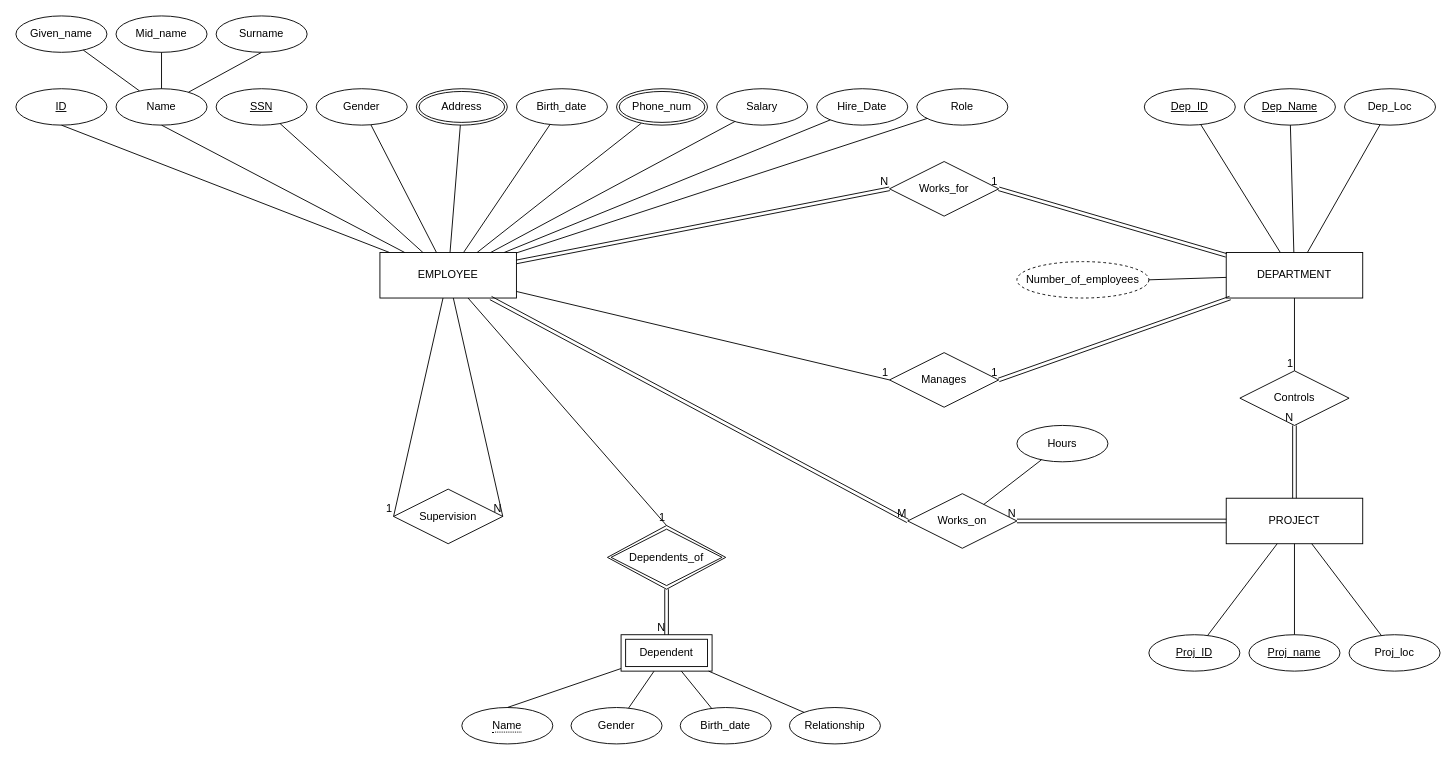
anand-byamba/database-project keeps this draw.io diagram as docs/project.drawio. Above is the earlier version. Source tidied: cells renumbered, new cells numbered last; positions are measured from the earlier drawing's top-left corner, leaving out a move shared by most shapes. Both pictures are drawn from the tidied source at 91%, with x=0, y=0 at pixel (15, 15).
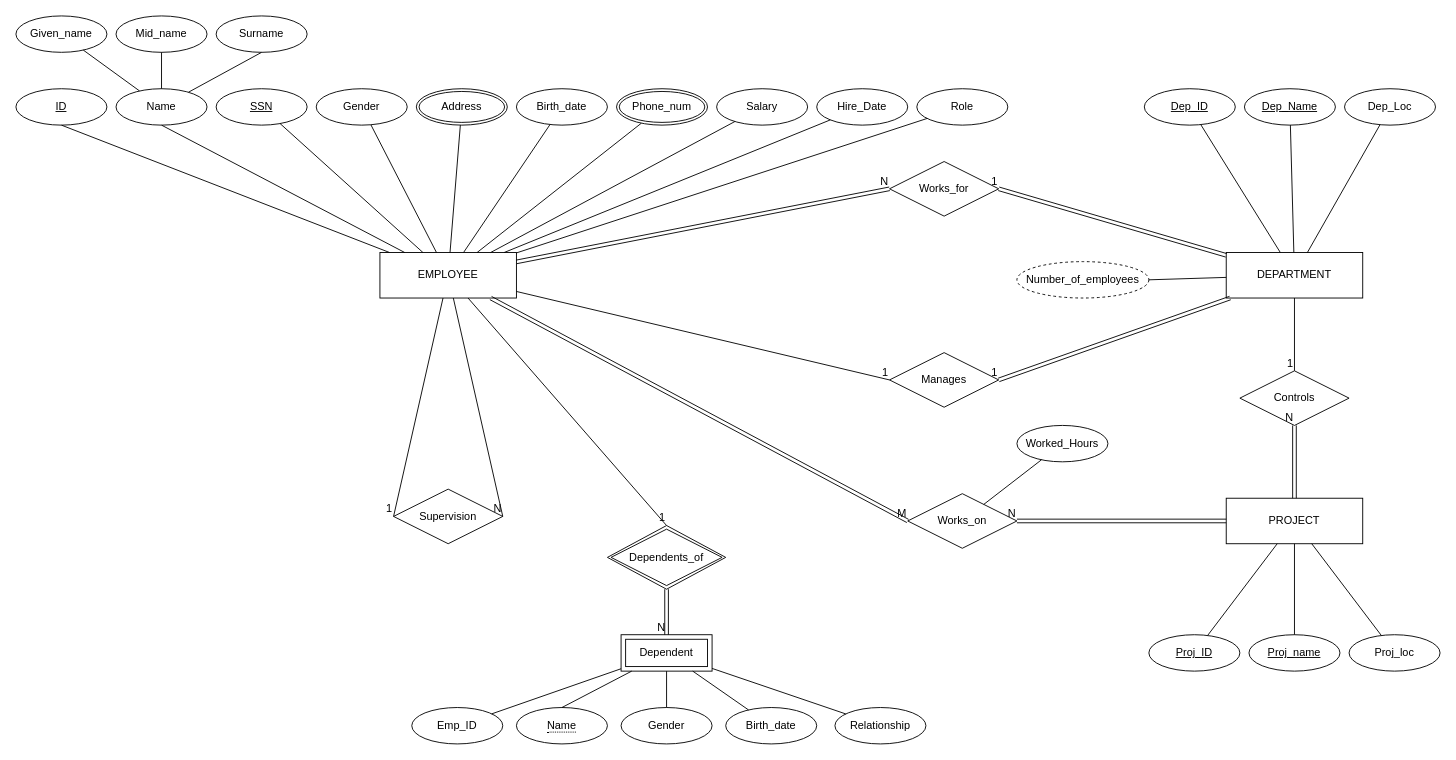
The same page after the edit.

Unchanged cells that the change refers to:
```xml
<mxCell id="69" value="Dependent" style="shape=ext;margin=3;double=1;whiteSpace=wrap;html=1;align=center;" parent="1" vertex="1">
  <mxGeometry x="665" y="680" width="100" height="40" as="geometry" />
</mxCell>
```

What changed in the source:
```diff
@@
-    <mxCell id="56" value="Hours" style="ellipse;whiteSpace=wrap;html=1;align=center;" parent="1" vertex="1">
+    <mxCell id="56" value="Worked_Hours" style="ellipse;whiteSpace=wrap;html=1;align=center;" parent="1" vertex="1">
       <mxGeometry x="1100" y="450" width="100" height="40" as="geometry" />
     </mxCell>
@@
     <mxCell id="72" value="&lt;span style=&quot;border-bottom: 1px dotted&quot;&gt;Name&lt;/span&gt;" style="ellipse;whiteSpace=wrap;html=1;align=center;" parent="1" vertex="1">
-      <mxGeometry x="490" y="760" width="100" height="40" as="geometry" />
+      <mxGeometry x="550" y="760" width="100" height="40" as="geometry" />
     </mxCell>
     <mxCell id="73" value="Gender" style="ellipse;whiteSpace=wrap;html=1;align=center;" parent="1" vertex="1">
-      <mxGeometry x="610" y="760" width="100" height="40" as="geometry" />
+      <mxGeometry x="665" y="760" width="100" height="40" as="geometry" />
     </mxCell>
     <mxCell id="74" value="Birth_date" style="ellipse;whiteSpace=wrap;html=1;align=center;" parent="1" vertex="1">
-      <mxGeometry x="730" y="760" width="100" height="40" as="geometry" />
+      <mxGeometry x="780" y="760" width="100" height="40" as="geometry" />
     </mxCell>
     <mxCell id="75" value="Relationship" style="ellipse;whiteSpace=wrap;html=1;align=center;" parent="1" vertex="1">
-      <mxGeometry x="850" y="760" width="100" height="40" as="geometry" />
+      <mxGeometry x="900" y="760" width="100" height="40" as="geometry" />
     </mxCell>
@@
+    <mxCell id="86" value="Emp_ID" style="ellipse;whiteSpace=wrap;html=1;align=center;" parent="1" vertex="1">
+      <mxGeometry x="435" y="760" width="100" height="40" as="geometry" />
+    </mxCell>
+    <mxCell id="87" style="endArrow=none;html=1;rounded=0;" parent="1" edge="1" source="86" target="69">
+      <mxGeometry relative="1" as="geometry" />
+    </mxCell>
```
